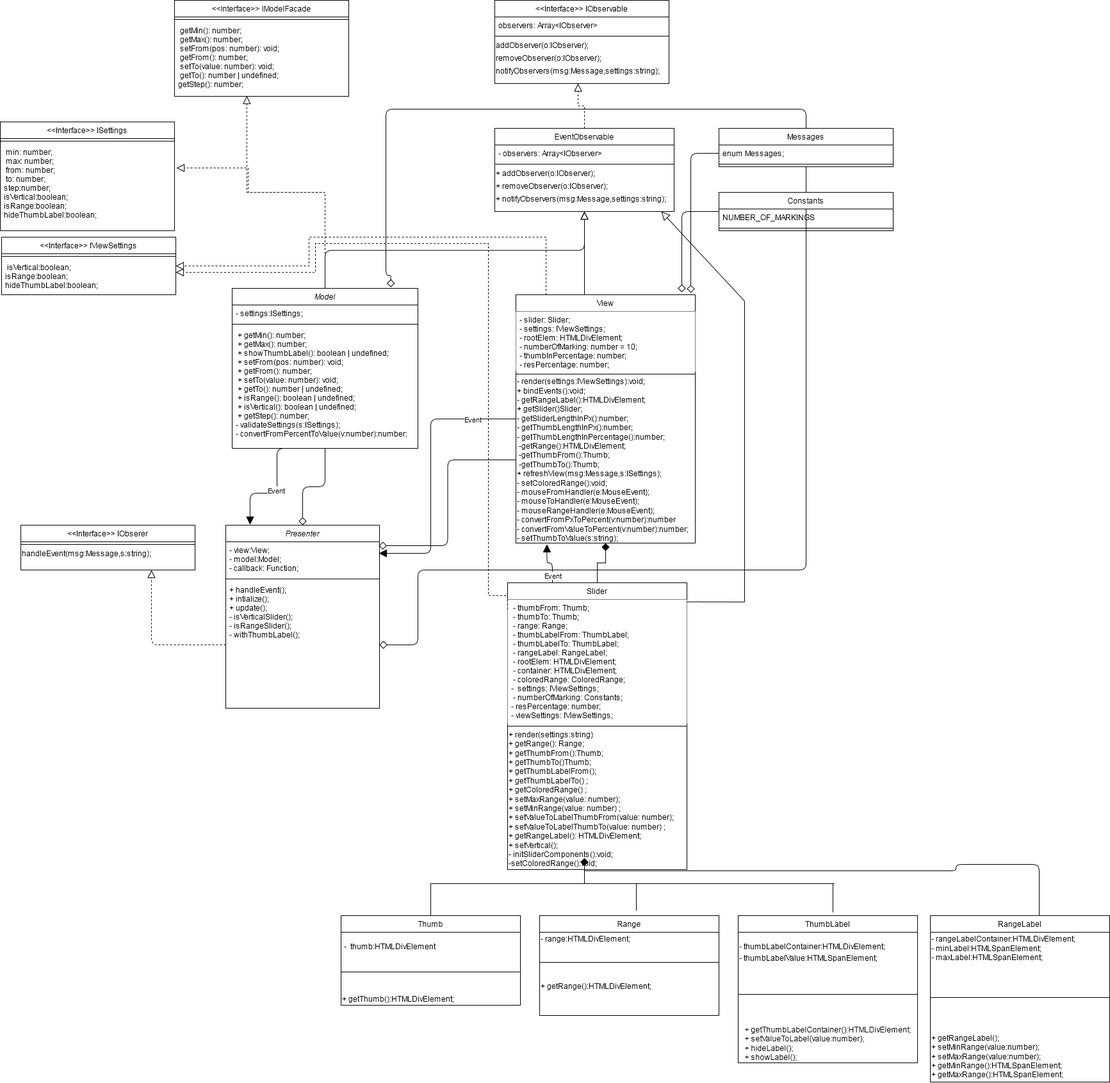
Above: docs/FSDCourse4UMLDiagram.png in mvodev/FSDCourse4 (draw.io), before the change. Source tidied: cells renumbered, new cells last; positions are measured from the earlier drawing's top-left corner, leaving out a move shared by most shapes.
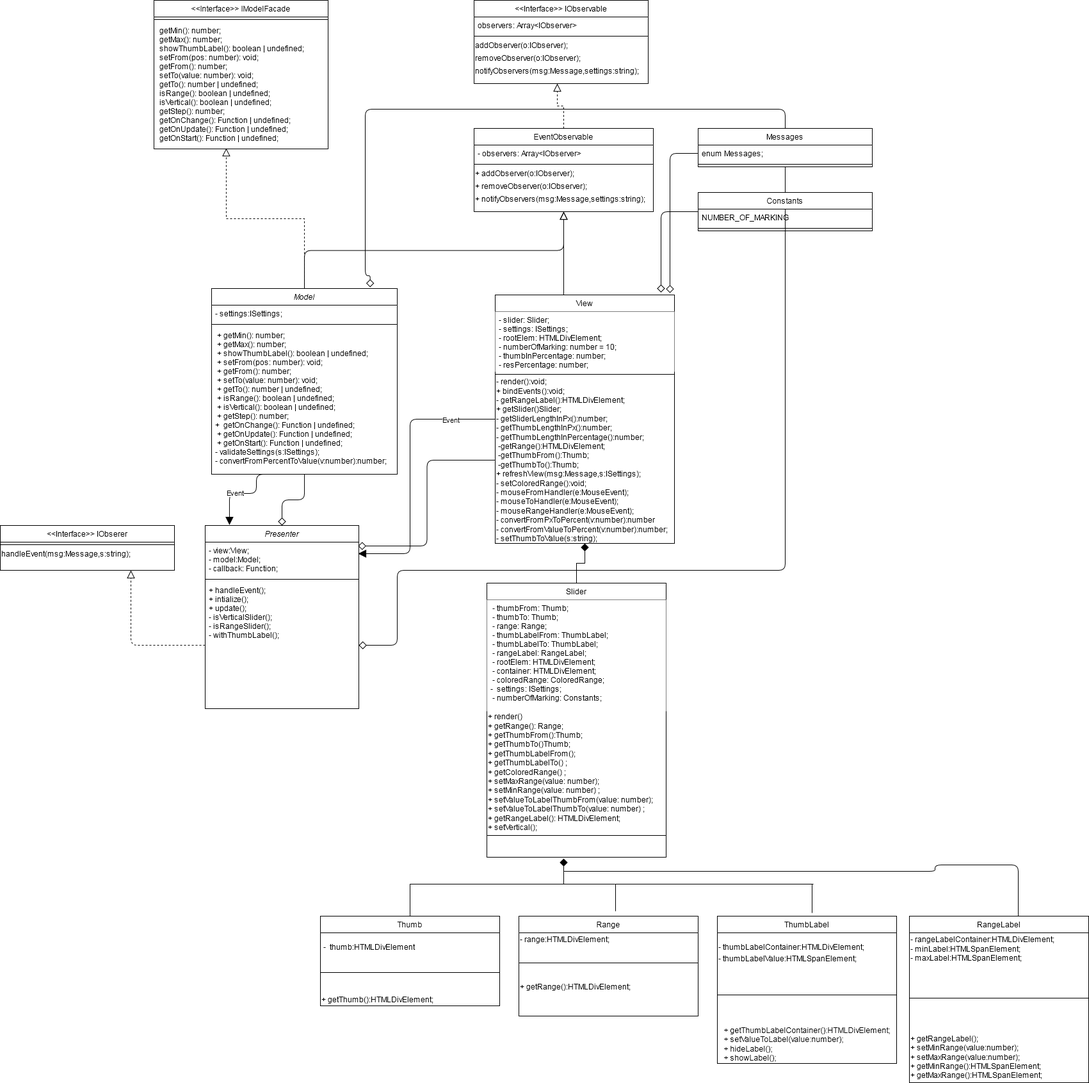
The same file after the commit.

What changed in the source:
```diff
@@ -8,10 +8,10 @@
     <mxCell id="3" style="edgeStyle=orthogonalEdgeStyle;rounded=1;jettySize=auto;html=1;endArrow=diamond;endFill=0;endSize=10;strokeWidth=1;" parent="1" edge="1" source="6" target="34">
       <mxGeometry relative="1" as="geometry" />
     </mxCell>
-    <mxCell id="4" style="edgeStyle=orthogonalEdgeStyle;rounded=1;jettySize=auto;html=1;entryX=0.158;entryY=-0.003;entryDx=0;entryDy=0;entryPerimeter=0;endArrow=block;endFill=1;endSize=10;strokeWidth=1;exitX=0.5;exitY=1;exitDx=0;exitDy=0;" parent="1" edge="1" source="6" target="34">
+    <mxCell id="4" style="edgeStyle=orthogonalEdgeStyle;rounded=1;jettySize=auto;html=1;entryX=0.158;entryY=-0.003;entryDx=0;entryDy=0;entryPerimeter=0;endArrow=block;endFill=1;endSize=10;strokeWidth=1;" parent="1" edge="1" target="34">
       <mxGeometry relative="1" as="geometry">
+        <mxPoint x="452" y="740" as="sourcePoint" />
         <Array as="points">
-          <mxPoint x="432" y="700" />
           <mxPoint x="432" y="770" />
           <mxPoint x="390" y="770" />
         </Array>
@@ -21,7 +21,7 @@
       <mxGeometry x="0.18" y="-2" relative="1" as="geometry" />
     </mxCell>
     <mxCell id="6" value="Model" style="swimlane;fontStyle=2;align=center;verticalAlign=top;horizontal=1;startSize=26;rounded=0;shadow=0;strokeWidth=1;" parent="1" vertex="1">
-      <mxGeometry x="362" y="450" width="290" height="250" as="geometry" />
+      <mxGeometry x="362" y="450" width="290" height="290" as="geometry" />
     </mxCell>
     <mxCell id="7" value="- settings:ISettings;" style="text;align=left;verticalAlign=top;spacingLeft=4;spacingRight=4;overflow=hidden;" parent="6" vertex="1">
       <mxGeometry y="26" width="290" height="26" as="geometry" />
@@ -29,8 +29,8 @@
     <mxCell id="8" style="line;html=1;strokeWidth=1;align=left;verticalAlign=middle;spacingTop=-1;spacingLeft=3;spacingRight=3;labelPosition=right;" parent="6" vertex="1">
       <mxGeometry y="52" width="290" height="8" as="geometry" />
     </mxCell>
-    <mxCell id="9" value=" + getMin(): number;&#10; + getMax(): number;&#10; + showThumbLabel(): boolean | undefined;&#10; + setFrom(pos: number): void;&#10; + getFrom(): number;&#10; + setTo(value: number): void;&#10; + getTo(): number | undefined;&#10; + isRange(): boolean | undefined;&#10; + isVertical(): boolean | undefined;&#10; + getStep(): number;&#10;- validateSettings(s:ISettings);&#10;- convertFromPercentToValue(v:number):number;&#10;" style="text;align=left;verticalAlign=top;spacingLeft=4;spacingRight=4;overflow=hidden;" parent="6" vertex="1">
-      <mxGeometry y="60" width="290" height="190" as="geometry" />
+    <mxCell id="9" value=" + getMin(): number;&#10; + getMax(): number;&#10; + showThumbLabel(): boolean | undefined;&#10; + setFrom(pos: number): void;&#10; + getFrom(): number;&#10; + setTo(value: number): void;&#10; + getTo(): number | undefined;&#10; + isRange(): boolean | undefined;&#10; + isVertical(): boolean | undefined;&#10; + getStep(): number;&#10;+  getOnChange(): Function | undefined;&#10; + getOnUpdate(): Function | undefined;&#10; + getOnStart(): Function | undefined;&#10;- validateSettings(s:ISettings);&#10;- convertFromPercentToValue(v:number):number;&#10;" style="text;align=left;verticalAlign=top;spacingLeft=4;spacingRight=4;overflow=hidden;" parent="6" vertex="1">
+      <mxGeometry y="60" width="290" height="220" as="geometry" />
     </mxCell>
     <mxCell id="10" style="edgeStyle=orthogonalEdgeStyle;rounded=1;jettySize=auto;html=1;entryX=0.996;entryY=0.333;entryDx=0;entryDy=0;entryPerimeter=0;endArrow=block;endFill=1;endSize=10;strokeWidth=1;" parent="1" edge="1" source="12" target="35">
       <mxGeometry relative="1" as="geometry">
@@ -46,13 +46,13 @@
     <mxCell id="12" value="View" style="swimlane;fontStyle=0;align=center;verticalAlign=top;horizontal=1;startSize=26;rounded=0;shadow=0;strokeWidth=1;" parent="1" vertex="1">
       <mxGeometry x="805" y="460" width="280" height="388" as="geometry" />
     </mxCell>
-    <mxCell id="13" value="- slider: Slider;&#10;- settings: IViewSettings;&#10;- rootElem: HTMLDivElement;&#10;- numberOfMarking: number = 10;&#10;- thumbInPercentage: number;&#10;- resPercentage: number;" style="text;align=left;verticalAlign=top;spacingLeft=4;spacingRight=4;overflow=hidden;fillColor=#ffffff;" parent="12" vertex="1">
+    <mxCell id="13" value="- slider: Slider;&#10;- settings: ISettings;&#10;- rootElem: HTMLDivElement;&#10;- numberOfMarking: number = 10;&#10;- thumbInPercentage: number;&#10;- resPercentage: number;" style="text;align=left;verticalAlign=top;spacingLeft=4;spacingRight=4;overflow=hidden;fillColor=#ffffff;" parent="12" vertex="1">
       <mxGeometry y="26" width="280" height="94" as="geometry" />
     </mxCell>
     <mxCell id="14" style="line;html=1;strokeWidth=1;align=left;verticalAlign=middle;spacingTop=-1;spacingLeft=3;spacingRight=3;labelPosition=right;" parent="12" vertex="1">
       <mxGeometry y="120" width="280" height="8" as="geometry" />
     </mxCell>
-    <mxCell id="15" value="&lt;div align=&quot;left&quot;&gt;- render(settings:IViewSettings):void;&lt;/div&gt;&lt;div align=&quot;left&quot;&gt;+ bindEvents():void;&lt;/div&gt;&lt;div&gt;- getRangeLabel():HTMLDivElement;&lt;/div&gt;&lt;div&gt;+ getSlider()Slider;&lt;/div&gt;&lt;div&gt;- getSliderLengthInPx():number;&lt;/div&gt;&lt;div&gt;- getThumbLengthInPx():number;&lt;/div&gt;&lt;div&gt;- getThumbLengthInPercentage():number;&lt;/div&gt;&lt;div&gt;&amp;nbsp;-getRange():HTMLDivElement;&lt;br&gt;&lt;/div&gt;&lt;div&gt;&amp;nbsp;-getThumbFrom():Thumb;&lt;/div&gt;&lt;div&gt;&amp;nbsp;-getThumbTo():Thumb;&lt;/div&gt;&lt;div&gt;+ refreshView(msg:Message,s:ISettings);&lt;/div&gt;&lt;div&gt;- setColoredRange():void;&lt;/div&gt;&lt;div&gt;- mouseFromHandler(e:MouseEvent);&lt;/div&gt;&lt;div&gt;- mouseToHandler(e:MouseEvent);&lt;/div&gt;&lt;div&gt;- mouseRangeHandler(e:MouseEvent);&lt;/div&gt;&lt;div&gt;- convertFromPxToPercent(v:number):number&lt;/div&gt;&lt;div&gt;- convertFromValueToPercent(v:number):number;&lt;/div&gt;&lt;div&gt;- setThumbToValue(s:string);&lt;br&gt;&lt;/div&gt;" style="text;html=1;align=left;verticalAlign=middle;points=[];" parent="12" vertex="1">
+    <mxCell id="15" value="&lt;div align=&quot;left&quot;&gt;- render():void;&lt;/div&gt;&lt;div align=&quot;left&quot;&gt;+ bindEvents():void;&lt;/div&gt;&lt;div&gt;- getRangeLabel():HTMLDivElement;&lt;/div&gt;&lt;div&gt;+ getSlider()Slider;&lt;/div&gt;&lt;div&gt;- getSliderLengthInPx():number;&lt;/div&gt;&lt;div&gt;- getThumbLengthInPx():number;&lt;/div&gt;&lt;div&gt;- getThumbLengthInPercentage():number;&lt;/div&gt;&lt;div&gt;&amp;nbsp;-getRange():HTMLDivElement;&lt;br&gt;&lt;/div&gt;&lt;div&gt;&amp;nbsp;-getThumbFrom():Thumb;&lt;/div&gt;&lt;div&gt;&amp;nbsp;-getThumbTo():Thumb;&lt;/div&gt;&lt;div&gt;+ refreshView(msg:Message,s:ISettings);&lt;/div&gt;&lt;div&gt;- setColoredRange():void;&lt;/div&gt;&lt;div&gt;- mouseFromHandler(e:MouseEvent);&lt;/div&gt;&lt;div&gt;- mouseToHandler(e:MouseEvent);&lt;/div&gt;&lt;div&gt;- mouseRangeHandler(e:MouseEvent);&lt;/div&gt;&lt;div&gt;- convertFromPxToPercent(v:number):number&lt;/div&gt;&lt;div&gt;- convertFromValueToPercent(v:number):number;&lt;/div&gt;&lt;div&gt;- setThumbToValue(s:string);&lt;br&gt;&lt;/div&gt;" style="text;html=1;align=left;verticalAlign=middle;points=[];" parent="12" vertex="1">
       <mxGeometry y="128" width="280" height="260" as="geometry" />
     </mxCell>
     <mxCell id="16" style="endArrow=block;endSize=10;endFill=0;shadow=0;strokeWidth=1;rounded=0;edgeStyle=elbowEdgeStyle;elbow=vertical;entryX=0.5;entryY=1;entryDx=0;entryDy=0;" parent="1" edge="1" source="12" target="18">
@@ -110,13 +110,13 @@
       <mxGeometry y="100" width="272" height="20" as="geometry" />
     </mxCell>
     <mxCell id="31" value="&lt;&lt;Interface&gt;&gt; IModelFacade&#10;" style="swimlane;fontStyle=0;align=center;verticalAlign=top;horizontal=1;startSize=26;rounded=0;shadow=0;strokeWidth=1;" parent="1" vertex="1">
-      <mxGeometry x="272" width="272" height="150" as="geometry" />
+      <mxGeometry x="272" width="272" height="232" as="geometry" />
     </mxCell>
     <mxCell id="32" style="line;html=1;strokeWidth=1;align=left;verticalAlign=middle;spacingTop=-1;spacingLeft=3;spacingRight=3;labelPosition=right;" parent="31" vertex="1">
       <mxGeometry y="26" width="272" height="8" as="geometry" />
     </mxCell>
-    <mxCell id="33" value=" getMin(): number;&#10; getMax(): number;&#10; setFrom(pos: number): void;&#10; getFrom(): number;&#10; setTo(value: number): void;&#10; getTo(): number | undefined;&#10;getStep(): number;" style="text;align=left;verticalAlign=top;spacingLeft=4;spacingRight=4;overflow=hidden;points=[[0,0.5],[1,0.5]];portConstraint=eastwest;" parent="31" vertex="1">
-      <mxGeometry y="34" width="272" height="116" as="geometry" />
+    <mxCell id="33" value=" getMin(): number;&#10; getMax(): number;&#10; showThumbLabel(): boolean | undefined;&#10; setFrom(pos: number): void;&#10; getFrom(): number;&#10; setTo(value: number): void;&#10; getTo(): number | undefined;&#10; isRange(): boolean | undefined;&#10; isVertical(): boolean | undefined;&#10; getStep(): number;&#10; getOnChange(): Function | undefined;&#10; getOnUpdate(): Function | undefined;&#10; getOnStart(): Function | undefined;" style="text;align=left;verticalAlign=top;spacingLeft=4;spacingRight=4;overflow=hidden;points=[[0,0.5],[1,0.5]];portConstraint=eastwest;" parent="31" vertex="1">
+      <mxGeometry y="34" width="272" height="198" as="geometry" />
     </mxCell>
     <mxCell id="34" value="Presenter" style="swimlane;fontStyle=2;align=center;verticalAlign=top;horizontal=1;startSize=26;rounded=0;shadow=0;strokeWidth=1;" parent="1" vertex="1">
       <mxGeometry x="352" y="820" width="240" height="286" as="geometry" />
@@ -134,17 +134,17 @@
       <mxGeometry relative="1" as="geometry" />
     </mxCell>
     <mxCell id="39" value="Slider&#10;" style="swimlane;fontStyle=0;align=center;verticalAlign=top;horizontal=1;startSize=26;rounded=0;shadow=0;strokeWidth=1;" parent="1" vertex="1">
-      <mxGeometry x="792" y="910" width="280" height="448" as="geometry" />
+      <mxGeometry x="792" y="910" width="280" height="428" as="geometry" />
     </mxCell>
-    <mxCell id="40" value=" - thumbFrom: Thumb;&#10; - thumbTo: Thumb;&#10; - range: Range;&#10; - thumbLabelFrom: ThumbLabel;&#10; - thumbLabelTo: ThumbLabel;&#10; - rangeLabel: RangeLabel;&#10; - rootElem: HTMLDivElement;&#10; - container: HTMLDivElement;&#10; - coloredRange: ColoredRange;&#10;-  settings: IViewSettings;&#10; - numberOfMarking: Constants;&#10;- resPercentage: number;&#10;- viewSettings: IViewSettings;&#10;&#10;" style="text;align=left;verticalAlign=top;spacingLeft=4;spacingRight=4;overflow=hidden;points=[[0,0.5],[1,0.5]];portConstraint=eastwest;fillColor=#ffffff;" parent="39" vertex="1">
-      <mxGeometry y="26" width="280" height="194" as="geometry" />
+    <mxCell id="40" value=" - thumbFrom: Thumb;&#10; - thumbTo: Thumb;&#10; - range: Range;&#10; - thumbLabelFrom: ThumbLabel;&#10; - thumbLabelTo: ThumbLabel;&#10; - rangeLabel: RangeLabel;&#10; - rootElem: HTMLDivElement;&#10; - container: HTMLDivElement;&#10; - coloredRange: ColoredRange;&#10;-  settings: ISettings;&#10; - numberOfMarking: Constants;" style="text;align=left;verticalAlign=top;spacingLeft=4;spacingRight=4;overflow=hidden;points=[[0,0.5],[1,0.5]];portConstraint=eastwest;fillColor=#ffffff;" parent="39" vertex="1">
+      <mxGeometry y="26" width="280" height="174" as="geometry" />
     </mxCell>
+    <mxCell id="42" value="&lt;div align=&quot;left&quot;&gt;+ render()&lt;br&gt;+ getRange(): Range;&lt;br&gt;+ getThumbFrom():Thumb;&lt;br&gt;+ getThumbTo()Thumb;&lt;br&gt;+ getThumbLabelFrom();&lt;br&gt;+ getThumbLabelTo() ;&lt;br&gt;+ getColoredRange() ;&lt;br&gt;+ setMaxRange(value: number);&lt;br&gt;+ setMinRange(value: number) ;&lt;br&gt;+ setValueToLabelThumbFrom(value: number);&lt;br&gt;+ setValueToLabelThumbTo(value: number) ;&lt;br&gt;+ getRangeLabel(): HTMLDivElement;&lt;br&gt;+ setVertical();&lt;/div&gt;" style="text;html=1;align=left;verticalAlign=middle;" parent="39" vertex="1">
+      <mxGeometry y="200" width="280" height="190" as="geometry" />
+    </mxCell>
     <mxCell id="41" style="line;html=1;strokeWidth=1;align=left;verticalAlign=middle;spacingTop=-1;spacingLeft=3;spacingRight=3;labelPosition=right;" parent="39" vertex="1">
-      <mxGeometry y="220" width="280" height="8" as="geometry" />
+      <mxGeometry y="390" width="280" height="8" as="geometry" />
     </mxCell>
-    <mxCell id="42" value="&lt;div align=&quot;left&quot;&gt;+ render(settings:string)&lt;br&gt;+ getRange(): Range;&lt;br&gt;+ getThumbFrom():Thumb;&lt;br&gt;+ getThumbTo()Thumb;&lt;br&gt;+ getThumbLabelFrom();&lt;br&gt;+ getThumbLabelTo() ;&lt;br&gt;+ getColoredRange() ;&lt;br&gt;+ setMaxRange(value: number);&lt;br&gt;+ setMinRange(value: number) ;&lt;br&gt;+ setValueToLabelThumbFrom(value: number);&lt;br&gt;+ setValueToLabelThumbTo(value: number) ;&lt;br&gt;+ getRangeLabel(): HTMLDivElement;&lt;br&gt;+ setVertical();&lt;/div&gt;&lt;div align=&quot;left&quot;&gt;- initSliderComponents():void;&lt;/div&gt;&lt;div align=&quot;left&quot;&gt;-setColoredRange():void;&lt;br&gt;&lt;/div&gt;" style="text;html=1;align=left;verticalAlign=middle;" parent="39" vertex="1">
-      <mxGeometry y="228" width="280" height="220" as="geometry" />
-    </mxCell>
     <mxCell id="43" style="edgeStyle=orthogonalEdgeStyle;rounded=0;jettySize=auto;html=1;exitX=0.5;exitY=0;exitDx=0;exitDy=0;endArrow=diamond;endFill=1;endSize=10;strokeWidth=1;" parent="1" edge="1" source="44">
       <mxGeometry relative="1" as="geometry">
         <mxPoint x="912" y="1340" as="targetPoint" />
@@ -274,7 +274,7 @@
     <mxCell id="73" value="Constants" style="swimlane;fontStyle=0;align=center;verticalAlign=top;horizontal=1;startSize=26;rounded=0;shadow=0;strokeWidth=1;" parent="1" vertex="1">
       <mxGeometry x="1122" y="300" width="272" height="60" as="geometry" />
     </mxCell>
-    <mxCell id="74" value="NUMBER_OF_MARKINGS" style="text;align=left;verticalAlign=top;spacingLeft=4;spacingRight=4;overflow=hidden;" parent="73" vertex="1">
+    <mxCell id="74" value="NUMBER_OF_MARKING" style="text;align=left;verticalAlign=top;spacingLeft=4;spacingRight=4;overflow=hidden;" parent="73" vertex="1">
       <mxGeometry y="26" width="272" height="26" as="geometry" />
     </mxCell>
     <mxCell id="75" style="line;html=1;strokeWidth=1;align=left;verticalAlign=middle;spacingTop=-1;spacingLeft=3;spacingRight=3;labelPosition=right;" parent="73" vertex="1">
@@ -295,71 +295,5 @@
     <mxCell id="80" style="edgeStyle=orthogonalEdgeStyle;rounded=1;jettySize=auto;html=1;entryX=0.75;entryY=1;entryDx=0;entryDy=0;endArrow=block;endFill=0;endSize=10;strokeWidth=1;dashed=1;" parent="1" edge="1" source="37" target="77">
       <mxGeometry relative="1" as="geometry" />
     </mxCell>
-    <mxCell id="81" value="&lt;&lt;Interface&gt;&gt; ISettings&#10;" style="swimlane;fontStyle=0;align=center;verticalAlign=top;horizontal=1;startSize=26;rounded=0;shadow=0;strokeWidth=1;" parent="1" vertex="1">
-      <mxGeometry y="190" width="272" height="170" as="geometry" />
-    </mxCell>
-    <mxCell id="82" style="line;html=1;strokeWidth=1;align=left;verticalAlign=middle;spacingTop=-1;spacingLeft=3;spacingRight=3;labelPosition=right;" parent="81" vertex="1">
-      <mxGeometry y="26" width="272" height="8" as="geometry" />
-    </mxCell>
-    <mxCell id="83" value=" min: number;&#10; max: number;&#10; from: number;&#10; to: number;&#10;step:number;&#10;isVertical:boolean;&#10;isRange:boolean;&#10;hideThumbLabel:boolean;&#10;" style="text;align=left;verticalAlign=top;spacingLeft=4;spacingRight=4;overflow=hidden;points=[[0,0.5],[1,0.5]];portConstraint=eastwest;" parent="81" vertex="1">
-      <mxGeometry y="34" width="272" height="136" as="geometry" />
-    </mxCell>
-    <mxCell id="84" value="&lt;&lt;Interface&gt;&gt; IViewSettings&#10;" style="swimlane;fontStyle=0;align=center;verticalAlign=top;horizontal=1;startSize=26;rounded=0;shadow=0;strokeWidth=1;" parent="1" vertex="1">
-      <mxGeometry x="2" y="370" width="272" height="90" as="geometry" />
-    </mxCell>
-    <mxCell id="85" style="line;html=1;strokeWidth=1;align=left;verticalAlign=middle;spacingTop=-1;spacingLeft=3;spacingRight=3;labelPosition=right;" parent="84" vertex="1">
-      <mxGeometry y="26" width="272" height="8" as="geometry" />
-    </mxCell>
-    <mxCell id="86" value=" isVertical:boolean;&#10;isRange:boolean;&#10;hideThumbLabel:boolean;&#10;" style="text;align=left;verticalAlign=top;spacingLeft=4;spacingRight=4;overflow=hidden;points=[[0,0.5],[1,0.5]];portConstraint=eastwest;" parent="84" vertex="1">
-      <mxGeometry y="34" width="272" height="56" as="geometry" />
-    </mxCell>
-    <mxCell id="87" style="edgeStyle=orthogonalEdgeStyle;rounded=0;jettySize=auto;html=1;entryX=1.011;entryY=0.279;entryDx=0;entryDy=0;entryPerimeter=0;dashed=1;endArrow=block;endFill=0;endSize=10;strokeWidth=1;" parent="1" edge="1" target="83">
-      <mxGeometry relative="1" as="geometry">
-        <mxPoint x="502" y="300" as="sourcePoint" />
-      </mxGeometry>
-    </mxCell>
-    <mxCell id="88" style="edgeStyle=orthogonalEdgeStyle;rounded=0;jettySize=auto;html=1;entryX=1;entryY=0.196;entryDx=0;entryDy=0;entryPerimeter=0;dashed=1;endArrow=block;endFill=0;endSize=10;strokeWidth=1;exitX=0.168;exitY=0;exitDx=0;exitDy=0;exitPerimeter=0;" parent="1" edge="1" source="12" target="86">
-      <mxGeometry relative="1" as="geometry">
-        <Array as="points">
-          <mxPoint x="852" y="370" />
-          <mxPoint x="482" y="370" />
-          <mxPoint x="482" y="415" />
-        </Array>
-      </mxGeometry>
-    </mxCell>
-    <mxCell id="89" style="edgeStyle=orthogonalEdgeStyle;rounded=0;jettySize=auto;html=1;dashed=1;endArrow=block;endFill=0;endSize=10;strokeWidth=1;exitX=0;exitY=0.08;exitDx=0;exitDy=0;exitPerimeter=0;" parent="1" edge="1" source="40" target="86">
-      <mxGeometry relative="1" as="geometry">
-        <Array as="points">
-          <mxPoint x="792" y="930" />
-          <mxPoint x="762" y="930" />
-          <mxPoint x="762" y="380" />
-          <mxPoint x="492" y="380" />
-          <mxPoint x="492" y="425" />
-        </Array>
-      </mxGeometry>
-    </mxCell>
-    <mxCell id="90" style="edgeStyle=orthogonalEdgeStyle;rounded=1;jettySize=auto;html=1;entryX=0.173;entryY=1.007;entryDx=0;entryDy=0;entryPerimeter=0;endArrow=block;endFill=1;endSize=10;strokeWidth=1;exitX=0.25;exitY=0;exitDx=0;exitDy=0;" parent="1" edge="1" source="39" target="15">
-      <mxGeometry relative="1" as="geometry" />
-    </mxCell>
-    <mxCell id="91" value="Event" style="edgeLabel;html=1;align=center;verticalAlign=middle;" parent="90" vertex="1">
-      <mxGeometry x="-0.67" relative="1" as="geometry" />
-    </mxCell>
-    <mxCell id="92" style="endArrow=block;html=1;jumpStyle=none;endSize=11;startSize=10;startArrow=none;startFill=0;endFill=0;" parent="1" edge="1">
-      <mxGeometry relative="1" as="geometry">
-        <mxPoint x="1162" y="470" as="sourcePoint" />
-        <mxPoint x="1032" y="330" as="targetPoint" />
-      </mxGeometry>
-    </mxCell>
-    <mxCell id="93" style="endArrow=none;html=1;" parent="1" edge="1">
-      <mxGeometry relative="1" as="geometry">
-        <mxPoint x="1162" y="940" as="sourcePoint" />
-        <mxPoint x="1162" y="470" as="targetPoint" />
-      </mxGeometry>
-    </mxCell>
-    <mxCell id="94" style="endArrow=none;html=1;exitX=0.998;exitY=0.019;exitDx=0;exitDy=0;exitPerimeter=0;" parent="1" edge="1" source="40">
-      <mxGeometry relative="1" as="geometry">
-        <mxPoint x="1162" y="940" as="targetPoint" />
-      </mxGeometry>
-    </mxCell>
   </root>
 </mxGraphModel>
```
